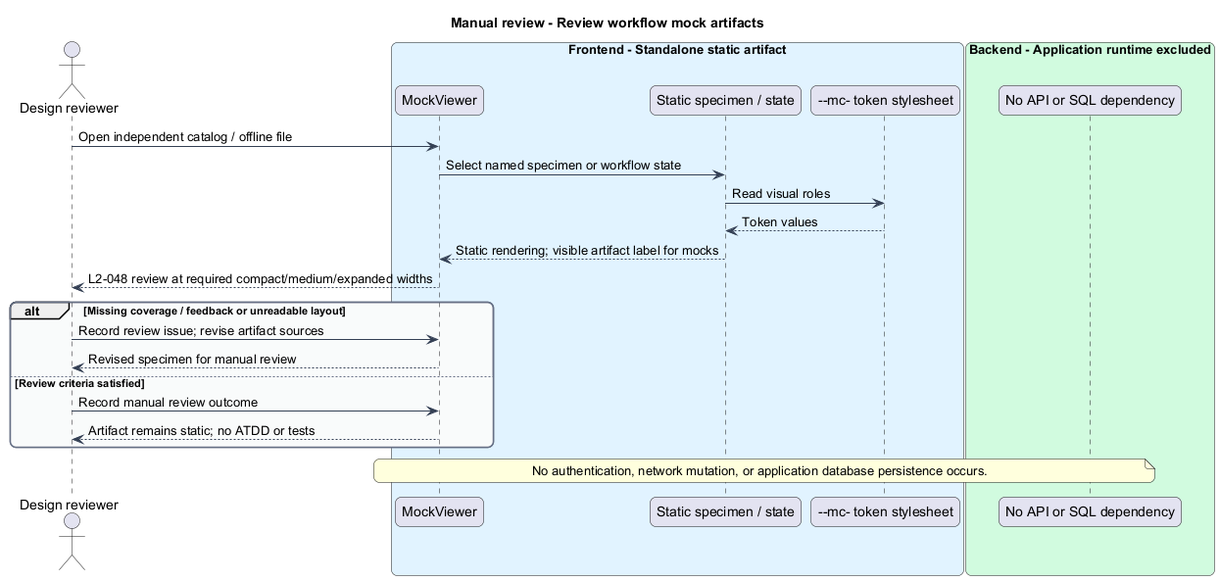
The PlantUML diagram docs/detailed-designs/artifacts/review-workflow-mocks/diagrams/sequence-review.png in QuinntyneBrown/mission-control, before a commit.
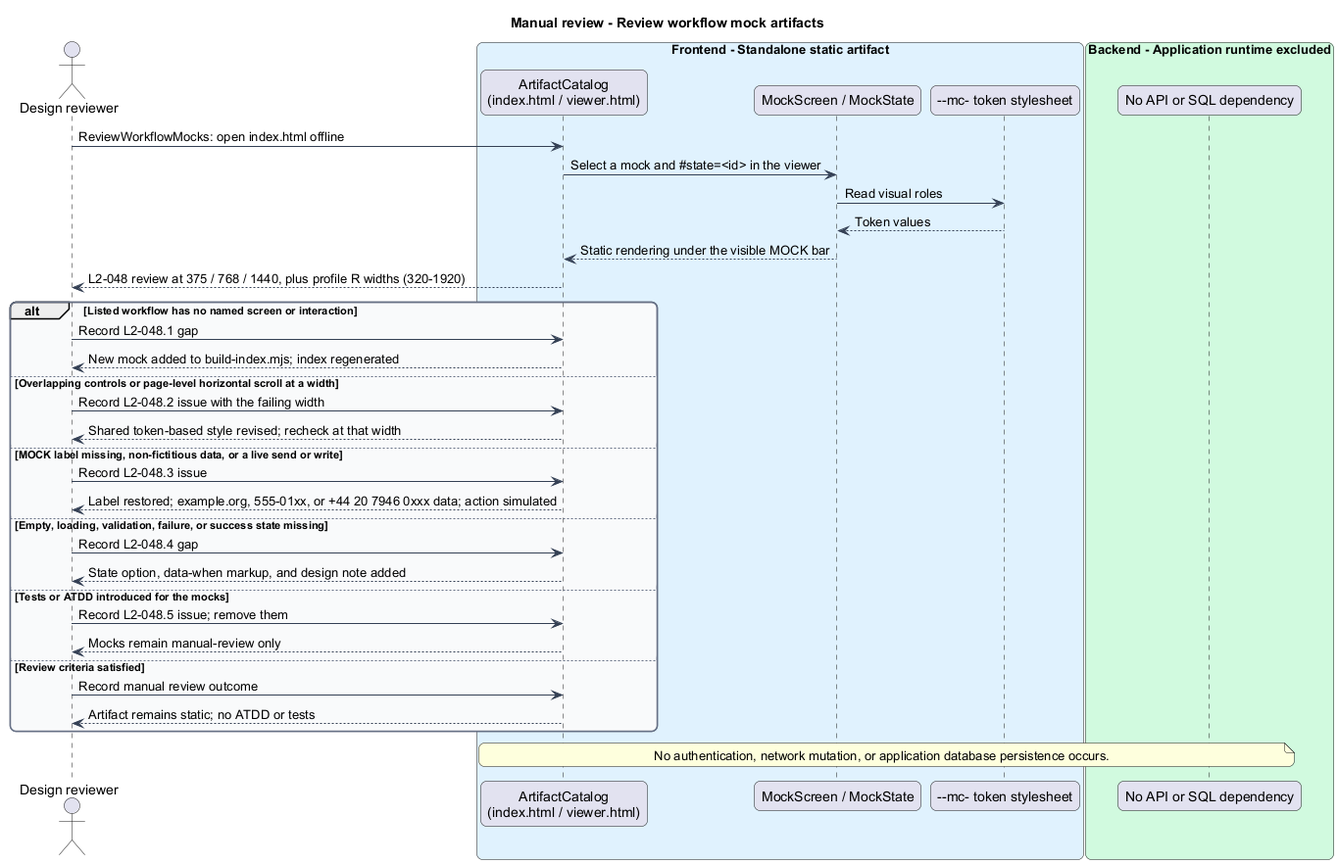
The same file after the commit.

What changed in the source:
```diff
@@ -16,22 +16,34 @@
 title Manual review - Review workflow mock artifacts
 actor "Design reviewer" as reviewer
 box "Frontend - Standalone static artifact" #E0F2FE
-  participant "MockViewer" as catalog
-  participant "Static specimen / state" as example
+  participant "ArtifactCatalog\n(index.html / viewer.html)" as catalog
+  participant "MockScreen / MockState" as example
   participant "--mc- token stylesheet" as tokens
 end box
 box "Backend - Application runtime excluded" #D1FADF
   participant "No API or SQL dependency" as excluded
 end box
-reviewer -> catalog : Open independent catalog / offline file
-catalog -> example : Select named specimen or workflow state
+reviewer -> catalog : ReviewWorkflowMocks: open index.html offline
+catalog -> example : Select a mock and #state=<id> in the viewer
 example -> tokens : Read visual roles
 tokens --> example : Token values
-example --> catalog : Static rendering; visible artifact label for mocks
-catalog --> reviewer : L2-048 review at required compact/medium/expanded widths
-alt Missing coverage / feedback or unreadable layout
-  reviewer -> catalog : Record review issue; revise artifact sources
-  catalog --> reviewer : Revised specimen for manual review
+example --> catalog : Static rendering under the visible MOCK bar
+catalog --> reviewer : L2-048 review at 375 / 768 / 1440, plus profile R widths (320-1920)
+alt Listed workflow has no named screen or interaction
+  reviewer -> catalog : Record L2-048.1 gap
+  catalog --> reviewer : New mock added to build-index.mjs; index regenerated
+else Overlapping controls or page-level horizontal scroll at a width
+  reviewer -> catalog : Record L2-048.2 issue with the failing width
+  catalog --> reviewer : Shared token-based style revised; recheck at that width
+else MOCK label missing, non-fictitious data, or a live send or write
+  reviewer -> catalog : Record L2-048.3 issue
+  catalog --> reviewer : Label restored; example.org, 555-01xx, or +44 20 7946 0xxx data; action simulated
+else Empty, loading, validation, failure, or success state missing
+  reviewer -> catalog : Record L2-048.4 gap
+  catalog --> reviewer : State option, data-when markup, and design note added
+else Tests or ATDD introduced for the mocks
+  reviewer -> catalog : Record L2-048.5 issue; remove them
+  catalog --> reviewer : Mocks remain manual-review only
 else Review criteria satisfied
   reviewer -> catalog : Record manual review outcome
   catalog --> reviewer : Artifact remains static; no ATDD or tests
```
